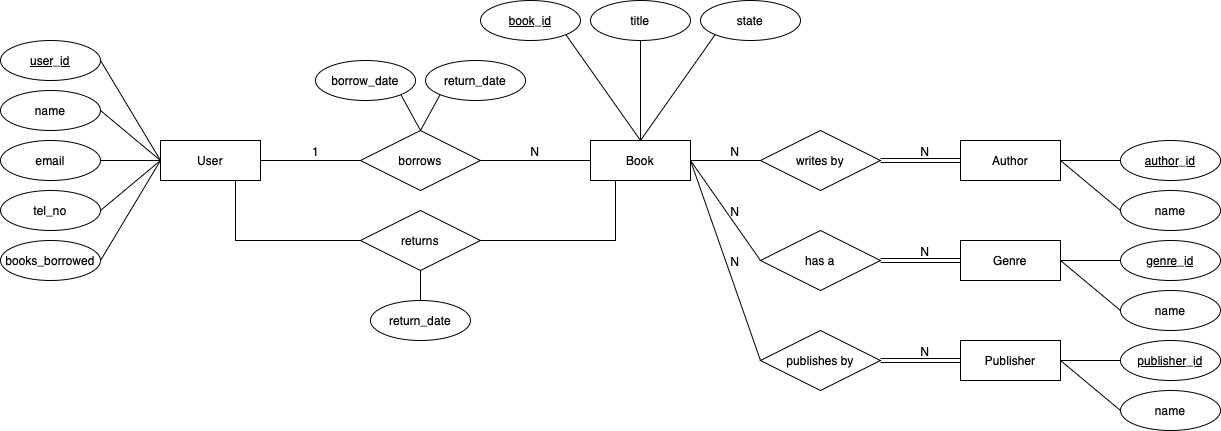
Before: img/ER-diagram.drawio.png, a diagram exported from draw.io (jdai01/library-management). Source tidied: cells renumbered, new cells last; positions are measured from the earlier drawing's top-left corner, leaving out a move shared by most shapes.
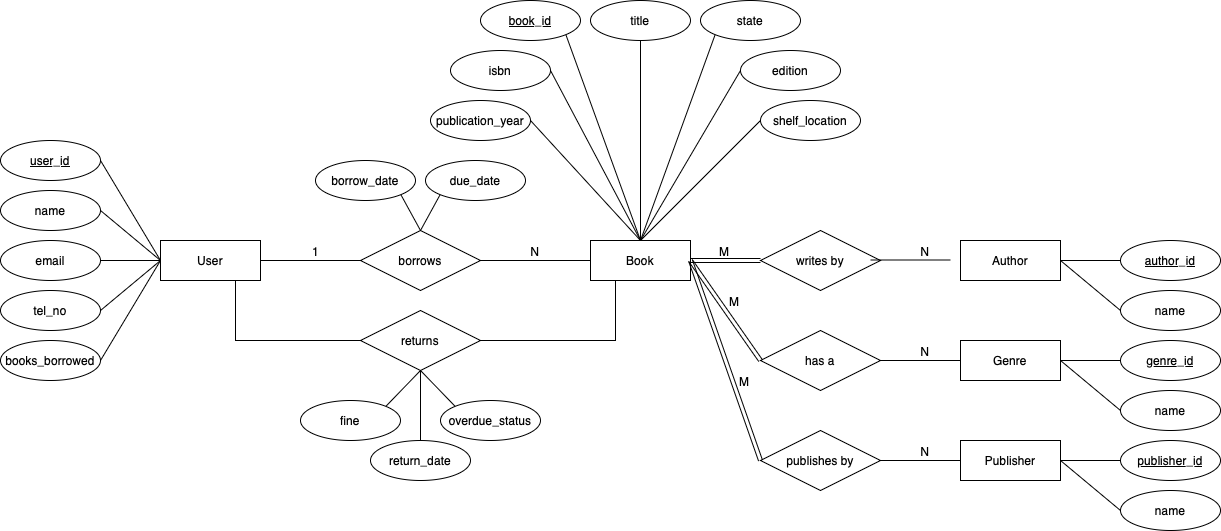
Above is the later version.

Change to the diagram source:
```diff
@@ -18,13 +18,13 @@
       <mxGeometry x="960" y="340" width="100" height="40" as="geometry" />
     </mxCell>
     <mxCell id="7" value="book_id" style="ellipse;whiteSpace=wrap;html=1;align=center;fontStyle=4;" parent="1" vertex="1">
-      <mxGeometry x="480" width="100" height="40" as="geometry" />
+      <mxGeometry x="480" y="-100" width="100" height="40" as="geometry" />
     </mxCell>
     <mxCell id="8" value="state" style="ellipse;whiteSpace=wrap;html=1;align=center;" parent="1" vertex="1">
-      <mxGeometry x="700" width="100" height="40" as="geometry" />
+      <mxGeometry x="700" y="-100" width="100" height="40" as="geometry" />
     </mxCell>
     <mxCell id="9" value="title" style="ellipse;whiteSpace=wrap;html=1;align=center;" parent="1" vertex="1">
-      <mxGeometry x="590" width="100" height="40" as="geometry" />
+      <mxGeometry x="590" y="-100" width="100" height="40" as="geometry" />
     </mxCell>
     <mxCell id="10" value="author_id" style="ellipse;whiteSpace=wrap;html=1;align=center;fontStyle=4;" parent="1" vertex="1">
       <mxGeometry x="1120" y="140" width="100" height="40" as="geometry" />
@@ -71,11 +71,11 @@
     <mxCell id="24" value="borrow_date" style="ellipse;whiteSpace=wrap;html=1;align=center;" parent="1" vertex="1">
       <mxGeometry x="315" y="60" width="100" height="40" as="geometry" />
     </mxCell>
-    <mxCell id="25" value="return_date" style="ellipse;whiteSpace=wrap;html=1;align=center;" parent="1" vertex="1">
+    <mxCell id="25" value="due_date" style="ellipse;whiteSpace=wrap;html=1;align=center;" parent="1" vertex="1">
       <mxGeometry x="425" y="60" width="100" height="40" as="geometry" />
     </mxCell>
     <mxCell id="26" value="return_date" style="ellipse;whiteSpace=wrap;html=1;align=center;" parent="1" vertex="1">
-      <mxGeometry x="370" y="300" width="100" height="40" as="geometry" />
+      <mxGeometry x="370" y="340" width="100" height="40" as="geometry" />
     </mxCell>
     <mxCell id="27" style="endArrow=none;html=1;rounded=0;exitX=1;exitY=0.5;exitDx=0;exitDy=0;entryX=0;entryY=0.5;entryDx=0;entryDy=0;" parent="1" edge="1" source="19" target="2">
       <mxGeometry relative="1" as="geometry" />
@@ -146,28 +146,28 @@
     <mxCell id="43" style="endArrow=none;html=1;rounded=0;entryX=0.5;entryY=0;entryDx=0;entryDy=0;exitX=0;exitY=1;exitDx=0;exitDy=0;" parent="1" edge="1" source="8" target="3">
       <mxGeometry relative="1" as="geometry" />
     </mxCell>
-    <mxCell id="44" style="shape=link;html=1;rounded=0;exitX=1;exitY=0.5;exitDx=0;exitDy=0;entryX=0;entryY=0.5;entryDx=0;entryDy=0;" parent="1" edge="1" source="16" target="4">
+    <mxCell id="44" style="shape=link;html=1;rounded=0;exitX=1;exitY=0.5;exitDx=0;exitDy=0;" parent="1" edge="1" source="3" target="16">
       <mxGeometry relative="1" as="geometry" />
     </mxCell>
-    <mxCell id="45" value="N" style="html=1;whiteSpace=wrap;align=right;verticalAlign=bottom;" parent="44" vertex="1">
+    <mxCell id="45" value="M" style="html=1;whiteSpace=wrap;align=right;verticalAlign=bottom;" parent="44" vertex="1">
       <mxGeometry x="1" relative="1" as="geometry">
         <mxPoint x="-30" as="offset" />
       </mxGeometry>
     </mxCell>
-    <mxCell id="46" style="shape=link;html=1;rounded=0;exitX=1;exitY=0.5;exitDx=0;exitDy=0;entryX=0;entryY=0.5;entryDx=0;entryDy=0;" parent="1" edge="1" source="17" target="5">
+    <mxCell id="46" style="shape=link;html=1;rounded=0;exitX=0;exitY=0.5;exitDx=0;exitDy=0;entryX=1;entryY=0.5;entryDx=0;entryDy=0;" parent="1" edge="1" source="17" target="3">
       <mxGeometry relative="1" as="geometry" />
     </mxCell>
-    <mxCell id="47" value="N" style="html=1;whiteSpace=wrap;align=right;verticalAlign=bottom;" parent="46" vertex="1">
+    <mxCell id="47" value="M" style="html=1;whiteSpace=wrap;align=right;verticalAlign=bottom;" parent="46" vertex="1">
       <mxGeometry x="1" relative="1" as="geometry">
-        <mxPoint x="-30" as="offset" />
+        <mxPoint x="50" y="50" as="offset" />
       </mxGeometry>
     </mxCell>
-    <mxCell id="48" style="shape=link;html=1;rounded=0;exitX=1;exitY=0.5;exitDx=0;exitDy=0;entryX=0;entryY=0.5;entryDx=0;entryDy=0;" parent="1" edge="1" source="18" target="6">
+    <mxCell id="48" style="shape=link;html=1;rounded=0;exitX=0;exitY=0.5;exitDx=0;exitDy=0;entryX=1;entryY=0.5;entryDx=0;entryDy=0;" parent="1" edge="1" source="18" target="3">
       <mxGeometry relative="1" as="geometry" />
     </mxCell>
-    <mxCell id="49" value="N" style="html=1;whiteSpace=wrap;align=right;verticalAlign=bottom;" parent="48" vertex="1">
+    <mxCell id="49" value="M" style="html=1;whiteSpace=wrap;align=right;verticalAlign=bottom;" parent="48" vertex="1">
       <mxGeometry x="1" relative="1" as="geometry">
-        <mxPoint x="-30" as="offset" />
+        <mxPoint x="60" y="130" as="offset" />
       </mxGeometry>
     </mxCell>
     <mxCell id="50" style="endArrow=none;html=1;rounded=0;entryX=0;entryY=0.5;entryDx=0;entryDy=0;exitX=1;exitY=0.5;exitDx=0;exitDy=0;" parent="1" edge="1" source="4" target="10">
@@ -188,29 +188,72 @@
     <mxCell id="55" style="endArrow=none;html=1;rounded=0;entryX=0;entryY=0.5;entryDx=0;entryDy=0;exitX=1;exitY=0.5;exitDx=0;exitDy=0;" parent="1" edge="1" source="6" target="15">
       <mxGeometry relative="1" as="geometry" />
     </mxCell>
-    <mxCell id="56" style="endArrow=none;html=1;rounded=0;exitX=1;exitY=0.5;exitDx=0;exitDy=0;entryX=0;entryY=0.5;entryDx=0;entryDy=0;" parent="1" edge="1" source="3" target="16">
-      <mxGeometry relative="1" as="geometry" />
+    <mxCell id="56" style="endArrow=none;html=1;rounded=0;exitX=1;exitY=0.5;exitDx=0;exitDy=0;entryX=0;entryY=0.5;entryDx=0;entryDy=0;" parent="1" edge="1">
+      <mxGeometry relative="1" as="geometry">
+        <mxPoint x="870" y="159.5" as="sourcePoint" />
+        <mxPoint x="950" y="159.5" as="targetPoint" />
+      </mxGeometry>
     </mxCell>
     <mxCell id="57" value="N" style="html=1;whiteSpace=wrap;align=right;verticalAlign=bottom;" parent="56" vertex="1">
       <mxGeometry x="1" relative="1" as="geometry">
         <mxPoint x="-20" as="offset" />
       </mxGeometry>
     </mxCell>
-    <mxCell id="58" style="endArrow=none;html=1;rounded=0;exitX=1;exitY=0.5;exitDx=0;exitDy=0;entryX=0;entryY=0.5;entryDx=0;entryDy=0;" parent="1" edge="1" source="3" target="17">
+    <mxCell id="58" style="endArrow=none;html=1;rounded=0;entryX=0;entryY=0.5;entryDx=0;entryDy=0;exitX=1;exitY=0.5;exitDx=0;exitDy=0;" parent="1" edge="1" source="17" target="5">
       <mxGeometry relative="1" as="geometry" />
     </mxCell>
     <mxCell id="59" value="N" style="html=1;whiteSpace=wrap;align=right;verticalAlign=bottom;" parent="58" vertex="1">
       <mxGeometry x="1" relative="1" as="geometry">
-        <mxPoint x="-20" y="-40" as="offset" />
+        <mxPoint x="-30" as="offset" />
       </mxGeometry>
     </mxCell>
-    <mxCell id="60" style="endArrow=none;html=1;rounded=0;exitX=1;exitY=0.5;exitDx=0;exitDy=0;entryX=0;entryY=0.5;entryDx=0;entryDy=0;" parent="1" edge="1" source="3" target="18">
+    <mxCell id="60" style="endArrow=none;html=1;rounded=0;entryX=0;entryY=0.5;entryDx=0;entryDy=0;exitX=1;exitY=0.5;exitDx=0;exitDy=0;" parent="1" edge="1" source="18" target="6">
       <mxGeometry relative="1" as="geometry" />
     </mxCell>
     <mxCell id="61" value="N" style="html=1;whiteSpace=wrap;align=right;verticalAlign=bottom;" parent="60" vertex="1">
       <mxGeometry x="1" relative="1" as="geometry">
-        <mxPoint x="-20" y="-90" as="offset" />
+        <mxPoint x="-30" as="offset" />
       </mxGeometry>
     </mxCell>
+    <mxCell id="62" value="isbn" style="ellipse;whiteSpace=wrap;html=1;align=center;" parent="1" vertex="1">
+      <mxGeometry x="450" y="-50" width="100" height="40" as="geometry" />
+    </mxCell>
+    <mxCell id="63" value="publication_year" style="ellipse;whiteSpace=wrap;html=1;align=center;" parent="1" vertex="1">
+      <mxGeometry x="430" width="100" height="40" as="geometry" />
+    </mxCell>
+    <mxCell id="64" value="edition" style="ellipse;whiteSpace=wrap;html=1;align=center;" parent="1" vertex="1">
+      <mxGeometry x="740" y="-50" width="100" height="40" as="geometry" />
+    </mxCell>
+    <mxCell id="65" value="shelf_location" style="ellipse;whiteSpace=wrap;html=1;align=center;" parent="1" vertex="1">
+      <mxGeometry x="760" width="100" height="40" as="geometry" />
+    </mxCell>
+    <mxCell id="66" style="endArrow=none;html=1;rounded=0;exitX=1;exitY=0.5;exitDx=0;exitDy=0;" parent="1" edge="1" source="62">
+      <mxGeometry relative="1" as="geometry">
+        <mxPoint x="640" y="140" as="targetPoint" />
+      </mxGeometry>
+    </mxCell>
+    <mxCell id="67" style="endArrow=none;html=1;rounded=0;exitX=1;exitY=0.5;exitDx=0;exitDy=0;entryX=0.5;entryY=0;entryDx=0;entryDy=0;" parent="1" edge="1" source="63" target="3">
+      <mxGeometry relative="1" as="geometry" />
+    </mxCell>
+    <mxCell id="68" style="endArrow=none;html=1;rounded=0;entryX=0;entryY=0.5;entryDx=0;entryDy=0;" parent="1" edge="1" target="64">
+      <mxGeometry relative="1" as="geometry">
+        <mxPoint x="640" y="140" as="sourcePoint" />
+      </mxGeometry>
+    </mxCell>
+    <mxCell id="69" style="endArrow=none;html=1;rounded=0;entryX=0;entryY=0.5;entryDx=0;entryDy=0;exitX=0.5;exitY=0;exitDx=0;exitDy=0;" parent="1" edge="1" source="3" target="65">
+      <mxGeometry relative="1" as="geometry" />
+    </mxCell>
+    <mxCell id="70" value="fine" style="ellipse;whiteSpace=wrap;html=1;align=center;" parent="1" vertex="1">
+      <mxGeometry x="300" y="300" width="100" height="40" as="geometry" />
+    </mxCell>
+    <mxCell id="71" value="overdue_status" style="ellipse;whiteSpace=wrap;html=1;align=center;" parent="1" vertex="1">
+      <mxGeometry x="440" y="300" width="100" height="40" as="geometry" />
+    </mxCell>
+    <mxCell id="72" style="endArrow=none;html=1;rounded=0;exitX=0.5;exitY=1;exitDx=0;exitDy=0;entryX=1;entryY=0;entryDx=0;entryDy=0;" parent="1" edge="1" source="39" target="70">
+      <mxGeometry relative="1" as="geometry" />
+    </mxCell>
+    <mxCell id="73" style="endArrow=none;html=1;rounded=0;exitX=0.5;exitY=1;exitDx=0;exitDy=0;entryX=0;entryY=0;entryDx=0;entryDy=0;" parent="1" edge="1" source="39" target="71">
+      <mxGeometry relative="1" as="geometry" />
+    </mxCell>
   </root>
 </mxGraphModel>
```
